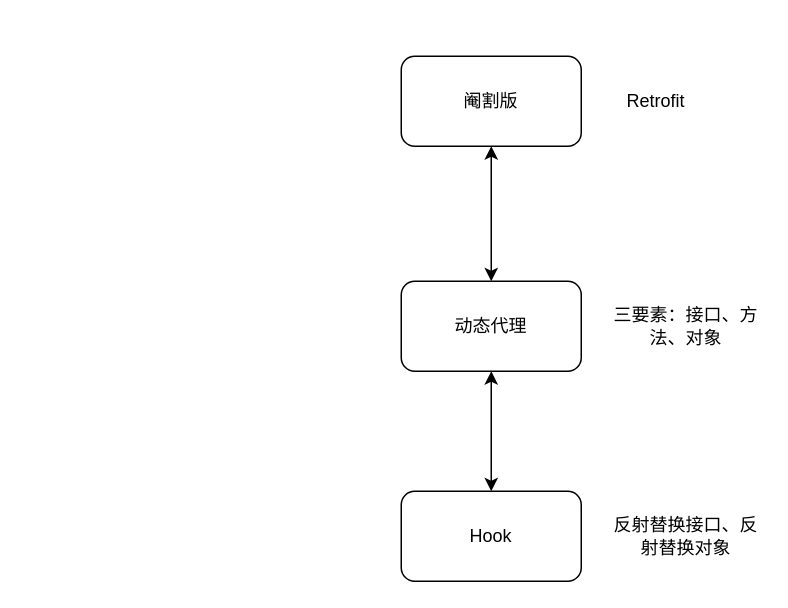
chinajpr/graphic keeps this draw.io diagram as page "第 2 页" (2 of 2) of 未命名绘图.drawio. Above is the earlier version. Source tidied: cells renumbered, new cells numbered last; positions are measured from the earlier drawing's top-left corner, leaving out a move shared by most shapes. Both pictures are drawn from the tidied source at 150%, with x=0, y=0 at pixel (400, 56).
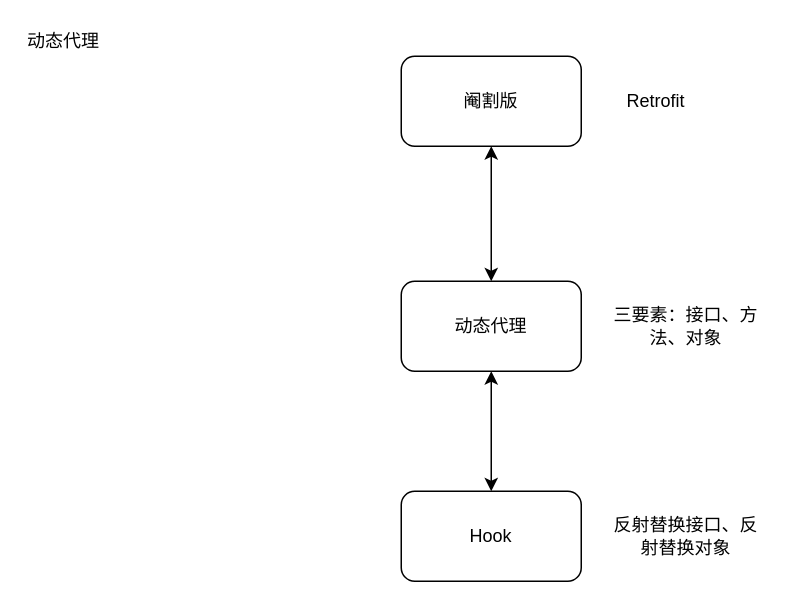
The same page after the edit.

Commit message:
动态代理和反射.drawio

Change to the diagram source:
```diff
@@
 <mxGraphModel>
   <root>
     <mxCell id="0" />
     <mxCell id="1" parent="0" />
     <mxCell id="2" value="动态代理" style="rounded=1;whiteSpace=wrap;html=1;" parent="1" vertex="1">
       <mxGeometry y="150" width="120" height="60" as="geometry" />
     </mxCell>
     <mxCell id="3" value="阉割版" style="rounded=1;whiteSpace=wrap;html=1;" parent="1" vertex="1">
       <mxGeometry width="120" height="60" as="geometry" />
     </mxCell>
     <mxCell id="4" value="Hook" style="rounded=1;whiteSpace=wrap;html=1;" parent="1" vertex="1">
       <mxGeometry y="290" width="120" height="60" as="geometry" />
     </mxCell>
     <mxCell id="5" style="endArrow=classic;startArrow=classic;html=1;exitX=0.5;exitY=0;exitDx=0;exitDy=0;" parent="1" edge="1" source="2">
       <mxGeometry relative="1" as="geometry">
         <mxPoint x="60" y="60" as="targetPoint" />
         <Array as="points">
           <mxPoint x="60" y="60" />
         </Array>
       </mxGeometry>
     </mxCell>
     <mxCell id="6" style="endArrow=classic;startArrow=classic;html=1;entryX=0.5;entryY=1;entryDx=0;entryDy=0;" parent="1" edge="1" source="4" target="2">
       <mxGeometry relative="1" as="geometry" />
     </mxCell>
     <mxCell id="7" value="Retrofit" style="text;html=1;strokeColor=none;fillColor=none;align=center;verticalAlign=middle;whiteSpace=wrap;rounded=0;" parent="1" vertex="1">
       <mxGeometry x="150" y="20" width="40" height="20" as="geometry" />
     </mxCell>
     <mxCell id="8" value="三要素：接口、方法、对象" style="text;html=1;strokeColor=none;fillColor=none;align=center;verticalAlign=middle;whiteSpace=wrap;rounded=0;" parent="1" vertex="1">
       <mxGeometry x="140" y="170" width="100" height="20" as="geometry" />
     </mxCell>
     <mxCell id="9" value="反射替换接口、反射替换对象" style="text;html=1;strokeColor=none;fillColor=none;align=center;verticalAlign=middle;whiteSpace=wrap;rounded=0;" parent="1" vertex="1">
       <mxGeometry x="140" y="310" width="100" height="20" as="geometry" />
     </mxCell>
+    <mxCell id="10" value="动态代理" style="text;html=1;strokeColor=none;fillColor=none;align=center;verticalAlign=middle;whiteSpace=wrap;rounded=0;" parent="1" vertex="1">
+      <mxGeometry x="-250" y="-20" width="50" height="20" as="geometry" />
+    </mxCell>
   </root>
 </mxGraphModel>
```
